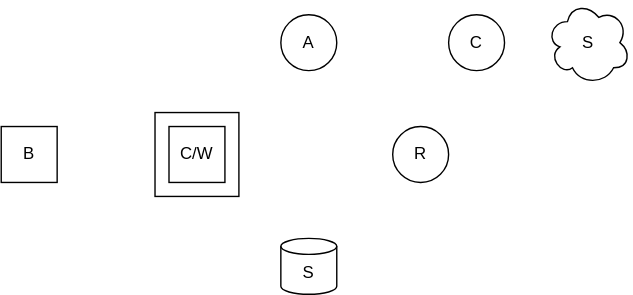
spamfro/ADR keeps this draw.io diagram as React-redux.drawio.svg. Above is the earlier version. Source tidied: cells renumbered, new cells last; positions are measured from the earlier drawing's top-left corner, leaving out a move shared by most shapes. Its diagram source:
```xml
<mxGraphModel>
  <root>
    <mxCell id="0" />
    <mxCell id="1" parent="0" />
    <mxCell id="2" value="A" style="ellipse;whiteSpace=wrap;html=1;" parent="1" vertex="1">
      <mxGeometry x="200" y="10" width="40" height="40" as="geometry" />
    </mxCell>
    <mxCell id="3" value="R" style="ellipse;whiteSpace=wrap;html=1;" parent="1" vertex="1">
      <mxGeometry x="280" y="90" width="40" height="40" as="geometry" />
    </mxCell>
    <mxCell id="4" value="C" style="ellipse;whiteSpace=wrap;html=1;" parent="1" vertex="1">
      <mxGeometry x="320" y="10" width="40" height="40" as="geometry" />
    </mxCell>
    <mxCell id="5" value="S" style="ellipse;shape=cloud;whiteSpace=wrap;html=1;" parent="1" vertex="1">
      <mxGeometry x="390" width="60" height="60" as="geometry" />
    </mxCell>
    <mxCell id="6" value="S" style="shape=cylinder3;whiteSpace=wrap;html=1;boundedLbl=1;backgroundOutline=1;size=5.713286713286692;" parent="1" vertex="1">
      <mxGeometry x="200" y="170" width="40" height="40" as="geometry" />
    </mxCell>
    <mxCell id="7" style="group;" parent="1" vertex="1">
      <mxGeometry x="110" y="80" width="60" height="60" as="geometry" />
    </mxCell>
    <mxCell id="8" style="whiteSpace=wrap;html=1;comic=0;" parent="7" vertex="1">
      <mxGeometry width="60" height="60" as="geometry" />
    </mxCell>
    <mxCell id="9" value="C/W" style="whiteSpace=wrap;html=1;" parent="7" vertex="1">
      <mxGeometry x="10" y="10" width="40" height="40" as="geometry" />
    </mxCell>
    <mxCell id="10" value="B" style="whiteSpace=wrap;html=1;comic=0;" parent="1" vertex="1">
      <mxGeometry y="90" width="40" height="40" as="geometry" />
    </mxCell>
  </root>
</mxGraphModel>
```
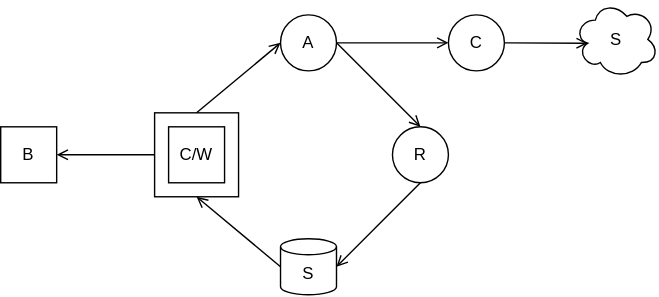
The same file after the commit.

What changed in the source:
```diff
@@ -12,7 +12,7 @@
       <mxGeometry x="320" y="10" width="40" height="40" as="geometry" />
     </mxCell>
     <mxCell id="5" value="S" style="ellipse;shape=cloud;whiteSpace=wrap;html=1;" parent="1" vertex="1">
-      <mxGeometry x="390" width="60" height="60" as="geometry" />
+      <mxGeometry x="410" width="60" height="55" as="geometry" />
     </mxCell>
     <mxCell id="6" value="S" style="shape=cylinder3;whiteSpace=wrap;html=1;boundedLbl=1;backgroundOutline=1;size=5.713286713286692;" parent="1" vertex="1">
       <mxGeometry x="200" y="170" width="40" height="40" as="geometry" />
@@ -29,5 +29,26 @@
     <mxCell id="10" value="B" style="whiteSpace=wrap;html=1;comic=0;" parent="1" vertex="1">
       <mxGeometry y="90" width="40" height="40" as="geometry" />
     </mxCell>
+    <mxCell id="11" style="endArrow=open;html=1;rounded=0;exitX=0.5;exitY=0;exitDx=0;exitDy=0;entryX=0;entryY=0.5;entryDx=0;entryDy=0;endFill=0;strokeWidth=1;" parent="1" edge="1" source="8" target="2">
+      <mxGeometry relative="1" as="geometry" />
+    </mxCell>
+    <mxCell id="12" style="endArrow=open;html=1;rounded=0;exitX=1;exitY=0.5;exitDx=0;exitDy=0;entryX=0.5;entryY=0;entryDx=0;entryDy=0;endFill=0;strokeWidth=1;" parent="1" edge="1" source="2" target="3">
+      <mxGeometry relative="1" as="geometry" />
+    </mxCell>
+    <mxCell id="13" style="endArrow=open;html=1;rounded=0;exitX=0.5;exitY=1;exitDx=0;exitDy=0;endFill=0;strokeWidth=1;entryX=1;entryY=0.5;entryDx=0;entryDy=0;entryPerimeter=0;" parent="1" edge="1" source="3" target="6">
+      <mxGeometry relative="1" as="geometry" />
+    </mxCell>
+    <mxCell id="14" style="endArrow=open;html=1;rounded=0;exitX=0;exitY=0.5;exitDx=0;exitDy=0;endFill=0;strokeWidth=1;entryX=0.5;entryY=1;entryDx=0;entryDy=0;exitPerimeter=0;" parent="1" edge="1" source="6" target="8">
+      <mxGeometry relative="1" as="geometry" />
+    </mxCell>
+    <mxCell id="15" style="endArrow=open;html=1;rounded=0;endFill=0;strokeWidth=1;entryX=0;entryY=0.5;entryDx=0;entryDy=0;exitX=1;exitY=0.5;exitDx=0;exitDy=0;" parent="1" edge="1" source="2" target="4">
+      <mxGeometry relative="1" as="geometry" />
+    </mxCell>
+    <mxCell id="16" style="endArrow=open;html=1;rounded=0;endFill=0;strokeWidth=1;exitX=1;exitY=0.5;exitDx=0;exitDy=0;entryX=0.16;entryY=0.55;entryDx=0;entryDy=0;entryPerimeter=0;" parent="1" edge="1" source="4" target="5">
+      <mxGeometry relative="1" as="geometry" />
+    </mxCell>
+    <mxCell id="17" style="endArrow=open;html=1;rounded=0;exitX=0;exitY=0.5;exitDx=0;exitDy=0;entryX=1;entryY=0.5;entryDx=0;entryDy=0;endFill=0;strokeWidth=1;" parent="1" edge="1" source="8" target="10">
+      <mxGeometry relative="1" as="geometry" />
+    </mxCell>
   </root>
 </mxGraphModel>
```
